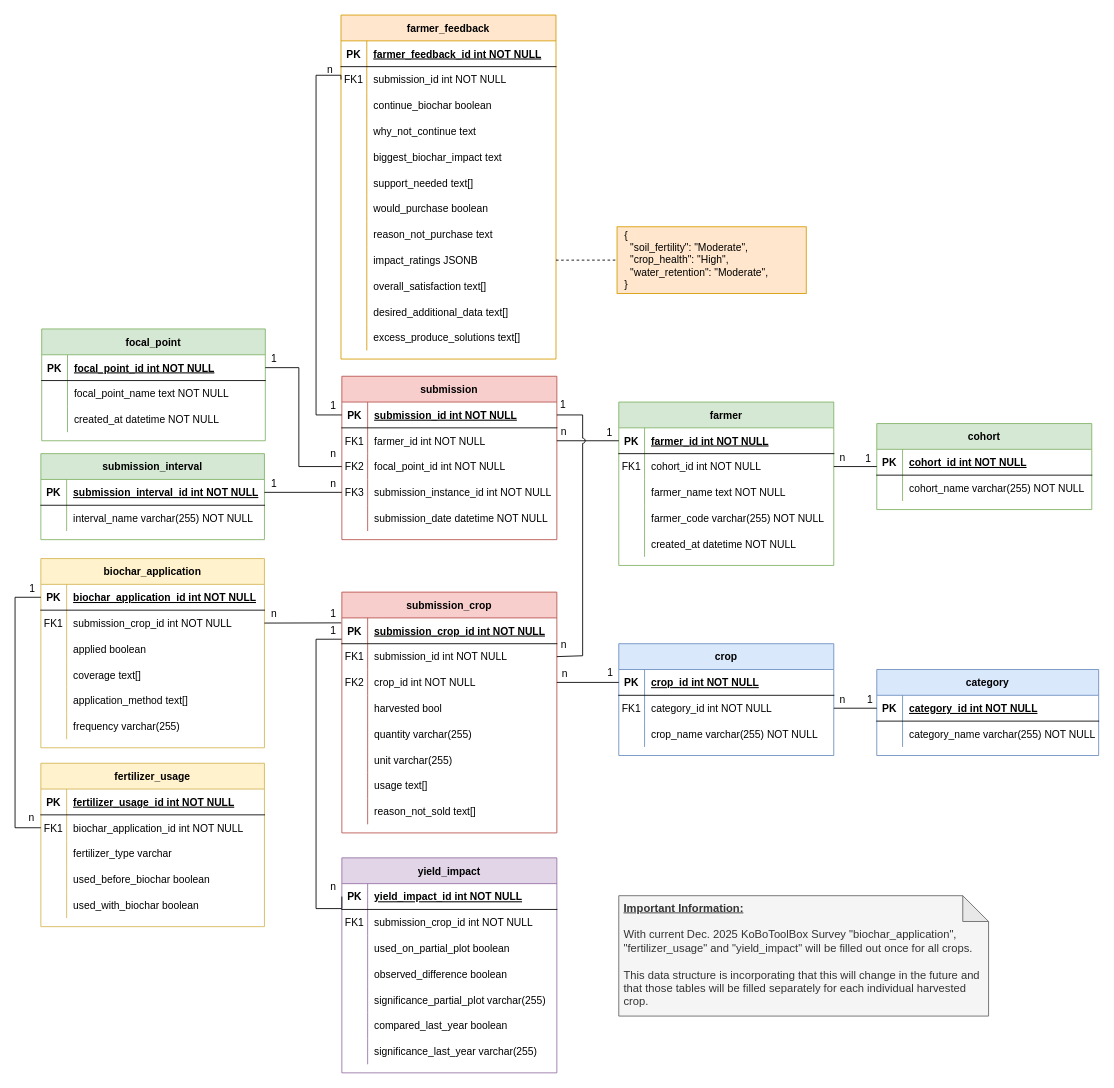
Above: docs/data_model/model_survey_dec_25.drawio in krisschaaf/microsoleil (draw.io), before the change. Source tidied: cells renumbered, new cells numbered last; positions are measured from the earlier drawing's top-left corner, leaving out a move shared by most shapes. Both pictures are drawn from the tidied source at 86%, with x=0, y=0 at pixel (15, 15).
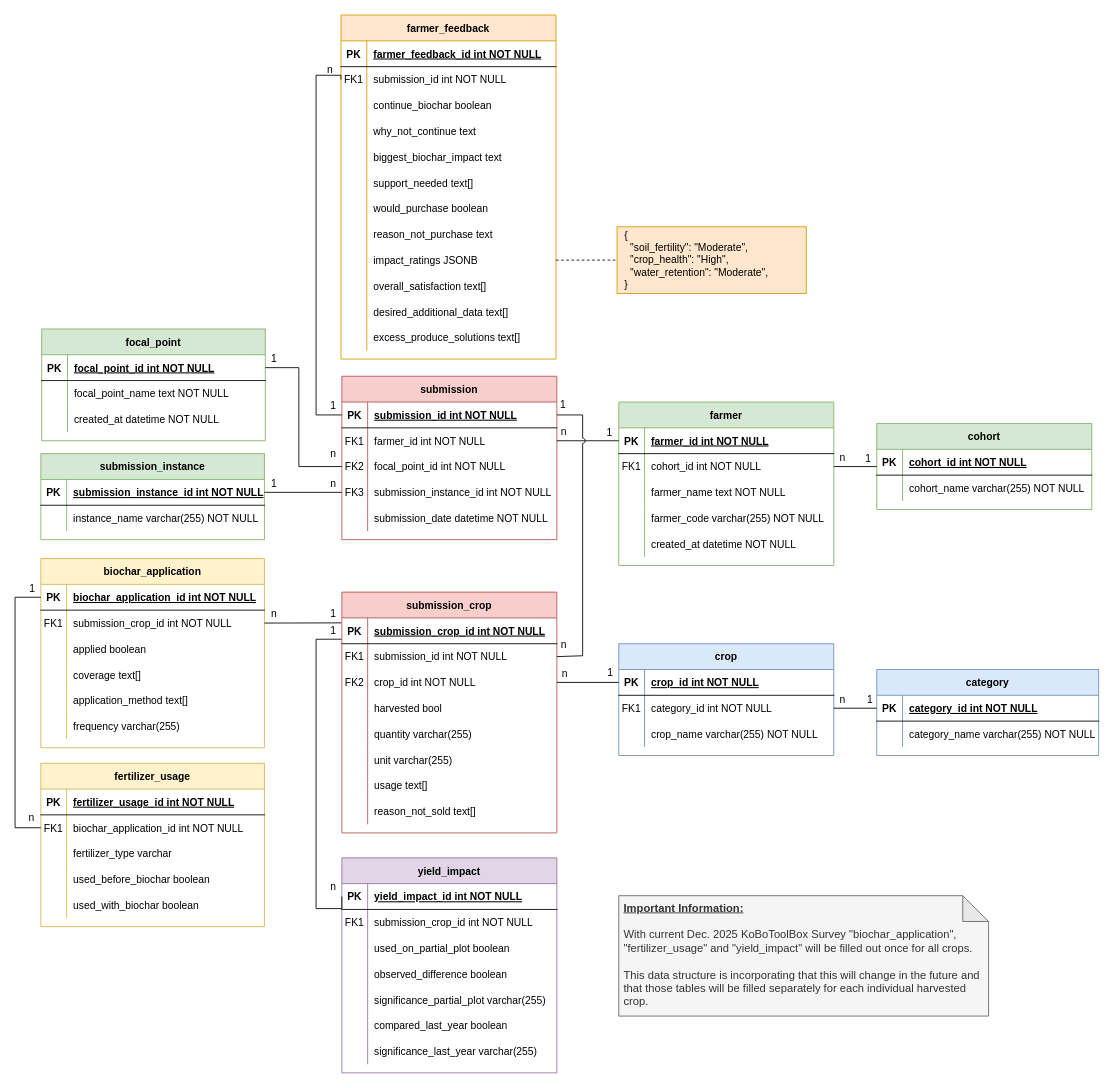
The same diagram, later.

Commit message (it also covers changes not shown here):
fix typo in ER Diagram

The change refers to these unchanged cells:
```xml
<mxCell id="132" style="shape=partialRectangle;fillColor=none;points=[[0,0.5],[1,0.5]];portConstraint=eastwest;top=0;left=0;right=0;bottom=1;" parent="131" vertex="1">
  <mxGeometry y="30" width="260" height="30" as="geometry" />
</mxCell>
<mxCell id="135" style="shape=partialRectangle;fillColor=none;top=0;left=0;right=0;bottom=0;" parent="131" vertex="1">
  <mxGeometry y="60" width="260" height="30" as="geometry" />
</mxCell>
```

Change to the diagram source:
```diff
@@
-    <mxCell id="131" value="submission_interval" style="shape=table;startSize=30;childLayout=tableLayout;rowLines=0;fontStyle=1;align=center;fillColor=#d5e8d4;strokeColor=#82b366;" parent="1" vertex="1">
+    <mxCell id="131" value="submission_instance" style="shape=table;startSize=30;childLayout=tableLayout;rowLines=0;fontStyle=1;align=center;fillColor=#d5e8d4;strokeColor=#82b366;" parent="1" vertex="1">
       <mxGeometry x="30" y="510" width="260" height="100" as="geometry" />
     </mxCell>
@@
-    <mxCell id="134" value="submission_interval_id int NOT NULL " style="shape=partialRectangle;overflow=hidden;fillColor=none;top=0;left=0;bottom=0;right=0;align=left;spacingLeft=6;fontStyle=5;" parent="132" vertex="1">
+    <mxCell id="134" value="submission_instance_id int NOT NULL " style="shape=partialRectangle;overflow=hidden;fillColor=none;top=0;left=0;bottom=0;right=0;align=left;spacingLeft=6;fontStyle=5;" parent="132" vertex="1">
       <mxGeometry x="30" width="230" height="30" as="geometry" />
     </mxCell>
@@
-    <mxCell id="137" value="interval_name varchar(255) NOT NULL" style="shape=partialRectangle;overflow=hidden;fillColor=none;top=0;left=0;bottom=0;right=0;align=left;spacingLeft=6;" parent="135" vertex="1">
+    <mxCell id="137" value="instance_name varchar(255) NOT NULL" style="shape=partialRectangle;overflow=hidden;fillColor=none;top=0;left=0;bottom=0;right=0;align=left;spacingLeft=6;" parent="135" vertex="1">
       <mxGeometry x="30" width="230" height="30" as="geometry" />
     </mxCell>
```
